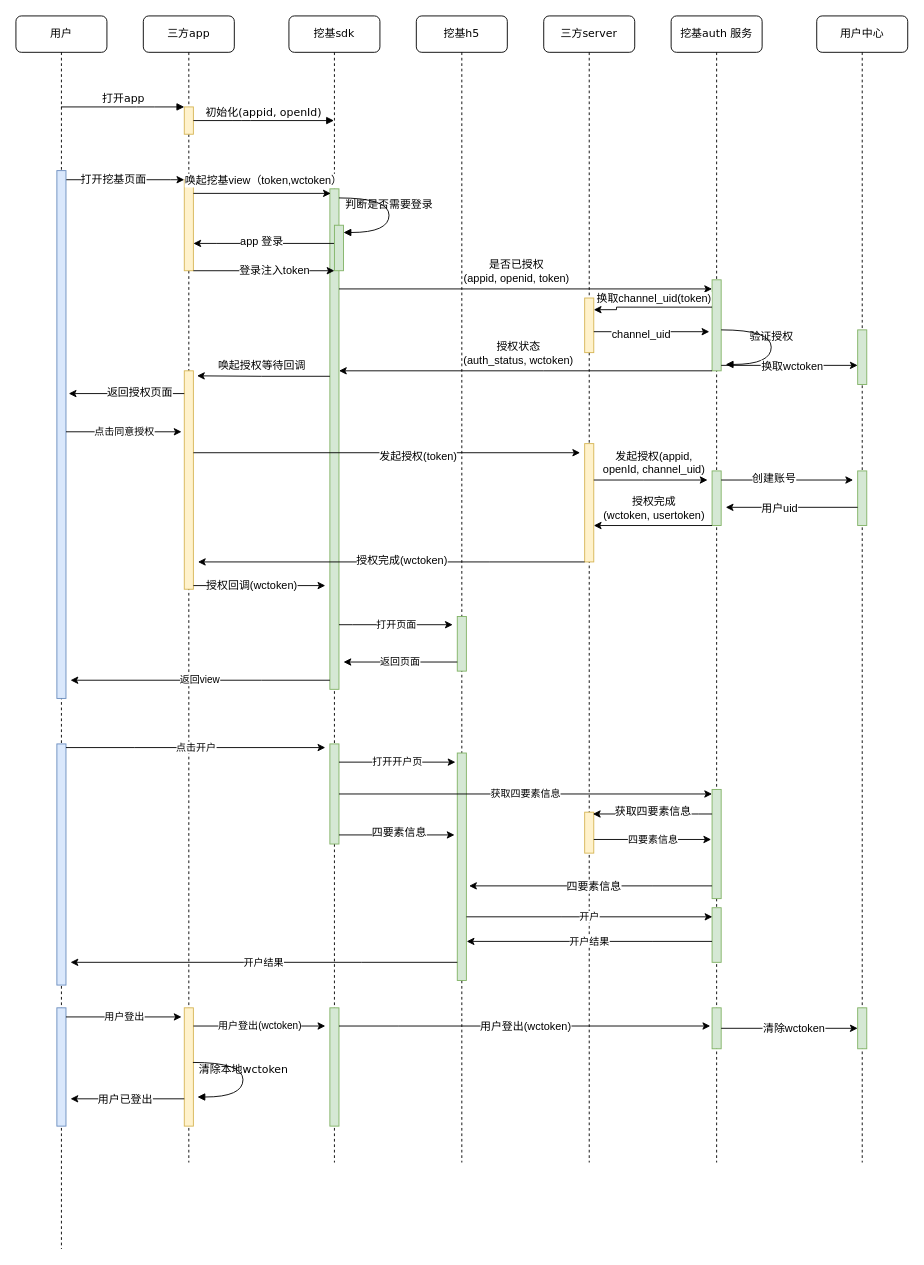
The draw.io diagram Copy of sdk-授权接入.drawio in ytyszxf/angular2-webpack-starter, before the edit. Source tidied: cells renumbered, new cells numbered last; positions are measured from the earlier drawing's top-left corner, leaving out a move shared by most shapes. Both pictures are drawn from the tidied source at 91%, with x=0, y=0 at pixel (15, 15).
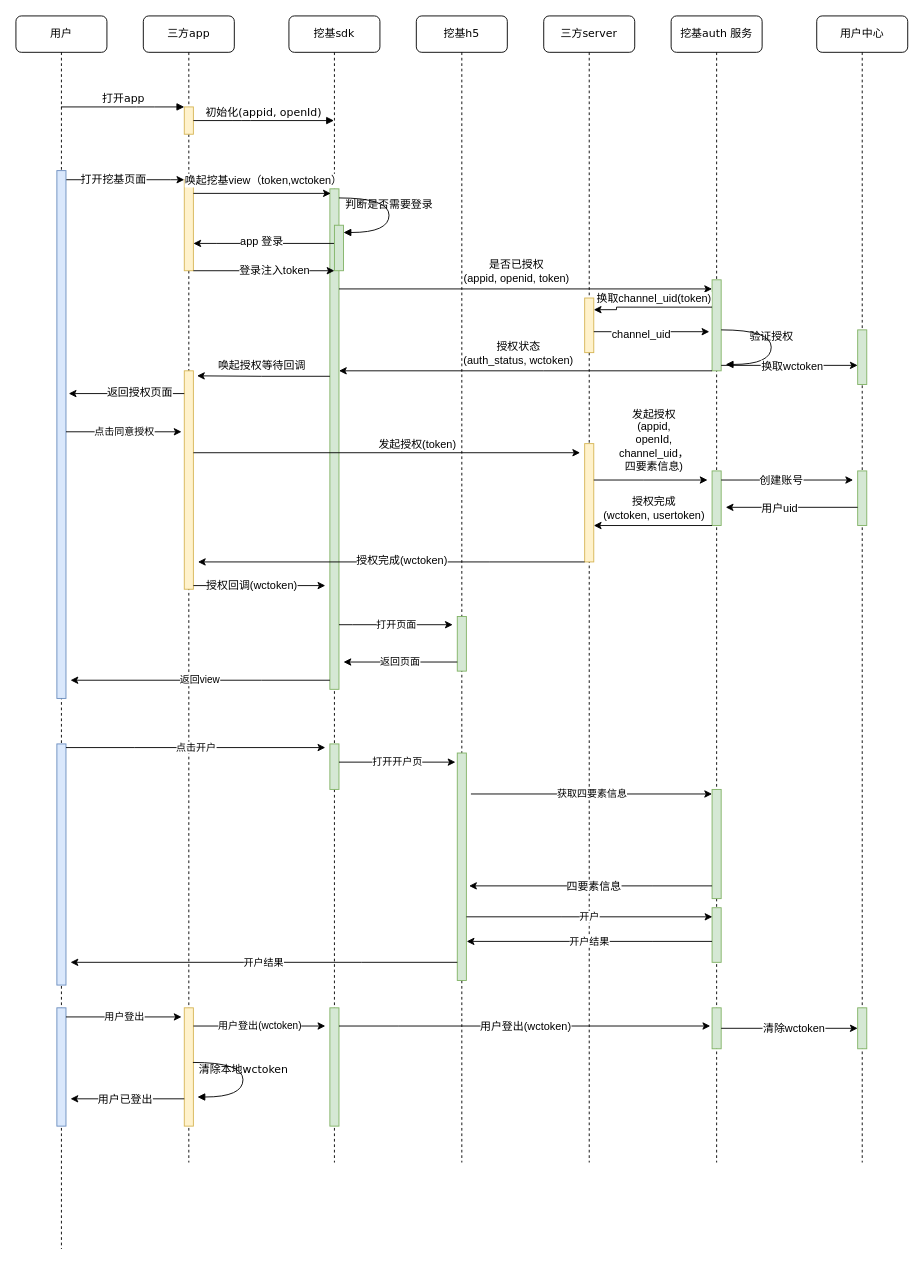
The same diagram, later.

Unchanged cells that the change refers to:
```xml
<mxCell id="7" value="挖基sdk" style="shape=umlLifeline;perimeter=lifelinePerimeter;whiteSpace=wrap;html=1;outlineConnect=0;rounded=1;shadow=0;comic=0;labelBackgroundColor=none;strokeColor=#000000;strokeWidth=1;fillColor=#FFFFFF;fontFamily=Verdana;fontSize=12;fontColor=#000000;align=center;" parent="1" vertex="1">
  <mxGeometry x="300" width="100" height="1260" as="geometry" />
</mxCell>
<mxCell id="14" value="三方server" style="shape=umlLifeline;perimeter=lifelinePerimeter;whiteSpace=wrap;html=1;rounded=1;shadow=0;comic=0;labelBackgroundColor=none;strokeColor=#000000;strokeWidth=1;fillColor=#FFFFFF;fontFamily=Verdana;fontSize=12;fontColor=#000000;align=center;" parent="1" vertex="1">
  <mxGeometry x="580" width="100" height="1260" as="geometry" />
</mxCell>
<mxCell id="22" style="html=1;points=[];perimeter=orthogonalPerimeter;rounded=0;shadow=0;comic=0;labelBackgroundColor=none;strokeColor=#82b366;strokeWidth=1;fillColor=#d5e8d4;fontFamily=Verdana;fontSize=12;align=center;" parent="18" vertex="1">
  <mxGeometry x="45" y="850" width="10" height="120" as="geometry" />
</mxCell>
<mxCell id="53" style="edgeStyle=orthogonalEdgeStyle;rounded=0;jettySize=auto;html=1;" parent="1" edge="1" source="5">
  <mxGeometry relative="1" as="geometry">
    <mxPoint x="620" y="480" as="targetPoint" />
    <Array as="points">
      <mxPoint x="620" y="480" />
    </Array>
  </mxGeometry>
</mxCell>
<mxCell id="55" style="edgeStyle=orthogonalEdgeStyle;rounded=0;jettySize=auto;html=1;" parent="1" edge="1" source="15">
  <mxGeometry relative="1" as="geometry">
    <mxPoint x="760" y="510" as="targetPoint" />
    <Array as="points">
      <mxPoint x="690" y="510" />
      <mxPoint x="690" y="510" />
    </Array>
  </mxGeometry>
</mxCell>
<mxCell id="57" style="edgeStyle=orthogonalEdgeStyle;rounded=0;jettySize=auto;html=1;" parent="1" edge="1" source="20">
  <mxGeometry relative="1" as="geometry">
    <mxPoint x="920" y="510" as="targetPoint" />
    <Array as="points">
      <mxPoint x="810" y="510" />
      <mxPoint x="810" y="510" />
    </Array>
  </mxGeometry>
</mxCell>
```

Diff of the diagram source:
```diff
@@
     <mxCell id="9" style="html=1;points=[];perimeter=orthogonalPerimeter;rounded=0;shadow=0;comic=0;labelBackgroundColor=none;strokeColor=#82b366;strokeWidth=1;fillColor=#d5e8d4;fontFamily=Verdana;fontSize=12;align=center;" parent="7" vertex="1">
-      <mxGeometry x="45" y="800" width="10" height="110" as="geometry" />
+      <mxGeometry x="45" y="800" width="10" height="50" as="geometry" />
     </mxCell>
@@
-    <mxCell id="16" style="html=1;points=[];perimeter=orthogonalPerimeter;rounded=0;shadow=0;comic=0;labelBackgroundColor=none;strokeColor=#d6b656;strokeWidth=1;fillColor=#fff2cc;fontFamily=Verdana;fontSize=12;align=center;" parent="14" vertex="1">
-      <mxGeometry x="45" y="875" width="10" height="45" as="geometry" />
-    </mxCell>
@@
     <mxCell id="54" value="发起授权(token)" style="text;html=1;align=center;verticalAlign=middle;labelBackgroundColor=#ffffff;" parent="53" vertex="1">
-      <mxGeometry x="0.16" y="-4" relative="1" as="geometry" />
+      <mxGeometry x="0.16" y="-4" relative="1" as="geometry">
+        <mxPoint x="-1" y="-14" as="offset" />
+      </mxGeometry>
     </mxCell>
@@
-    <mxCell id="56" value="发起授权(appid, &lt;br&gt;openId, channel_uid)" style="text;html=1;align=center;verticalAlign=middle;labelBackgroundColor=#ffffff;" parent="55" vertex="1">
+    <mxCell id="56" value="发起授权&lt;br&gt;(appid, &lt;br&gt;openId, &lt;br&gt;channel_uid，&lt;br&gt;四要素信息)" style="text;html=1;align=center;verticalAlign=middle;labelBackgroundColor=#ffffff;" parent="55" vertex="1">
       <mxGeometry x="-0.2" relative="1" as="geometry">
-        <mxPoint x="15" y="-20" as="offset" />
+        <mxPoint x="15" y="-45" as="offset" />
       </mxGeometry>
     </mxCell>
@@
     <mxCell id="58" value="创建账号" style="text;html=1;align=center;verticalAlign=middle;labelBackgroundColor=#ffffff;" parent="57" vertex="1">
-      <mxGeometry x="-0.21" y="2" relative="1" as="geometry" />
+      <mxGeometry x="-0.21" y="2" relative="1" as="geometry">
+        <mxPoint x="8" y="2" as="offset" />
+      </mxGeometry>
     </mxCell>
@@
-    <mxCell id="72" style="edgeStyle=orthogonalEdgeStyle;rounded=0;jettySize=auto;html=1;" parent="1" edge="1" source="9">
-      <mxGeometry relative="1" as="geometry">
-        <mxPoint x="482" y="900" as="targetPoint" />
-        <Array as="points">
-          <mxPoint x="482" y="900" />
-        </Array>
-      </mxGeometry>
-    </mxCell>
-    <mxCell id="73" value="四要素信息" style="text;html=1;align=center;verticalAlign=middle;labelBackgroundColor=#ffffff;" parent="72" vertex="1">
-      <mxGeometry x="0.2" y="-2" relative="1" as="geometry">
-        <mxPoint x="-11" y="-4.5" as="offset" />
-      </mxGeometry>
-    </mxCell>
@@
-    <mxCell id="76" value="获取四要素信息" style="edgeStyle=orthogonalEdgeStyle;rounded=0;jettySize=auto;html=1;" parent="1" edge="1" source="9">
+    <mxCell id="76" value="获取四要素信息" style="edgeStyle=orthogonalEdgeStyle;rounded=0;orthogonalLoop=1;jettySize=auto;html=1;" parent="1" edge="1">
       <mxGeometry relative="1" as="geometry">
+        <mxPoint x="500" y="855" as="sourcePoint" />
         <mxPoint x="765" y="855" as="targetPoint" />
         <Array as="points">
           <mxPoint x="765" y="855" />
         </Array>
       </mxGeometry>
     </mxCell>
-    <mxCell id="77" style="edgeStyle=orthogonalEdgeStyle;rounded=0;jettySize=auto;html=1;entryX=0.9;entryY=0.044;entryDx=0;entryDy=0;entryPerimeter=0;" parent="1" edge="1" source="22" target="16">
-      <mxGeometry relative="1" as="geometry">
-        <Array as="points">
-          <mxPoint x="750" y="877" />
-          <mxPoint x="750" y="877" />
-        </Array>
-      </mxGeometry>
-    </mxCell>
-    <mxCell id="78" value="获取四要素信息" style="text;html=1;align=center;verticalAlign=middle;labelBackgroundColor=#ffffff;" parent="77" vertex="1">
-      <mxGeometry y="-2" relative="1" as="geometry" />
-    </mxCell>
-    <mxCell id="79" value="四要素信息" style="edgeStyle=orthogonalEdgeStyle;rounded=0;jettySize=auto;html=1;" parent="1" edge="1" source="16">
-      <mxGeometry relative="1" as="geometry">
-        <mxPoint x="764" y="905" as="targetPoint" />
-        <Array as="points">
-          <mxPoint x="764" y="905" />
-        </Array>
-      </mxGeometry>
-    </mxCell>
```
